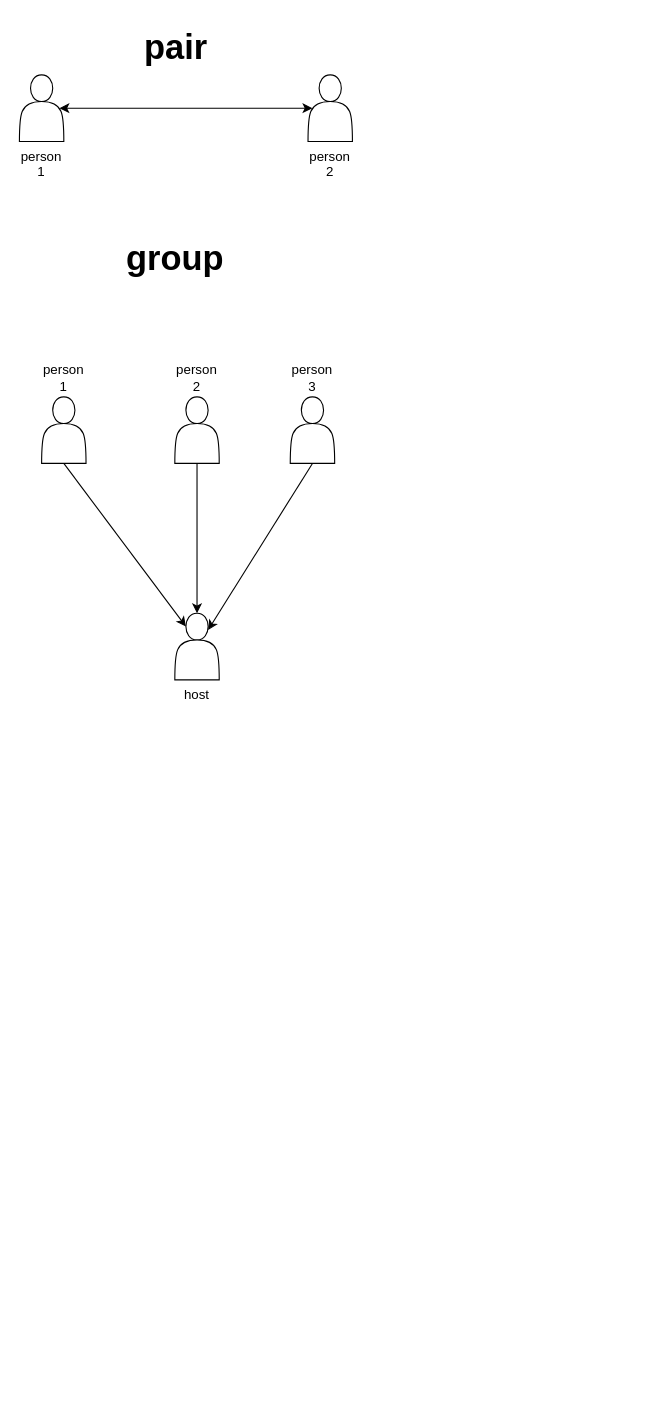
elad57/codeHive keeps this draw.io diagram as CodeHive.drawio. Above is the earlier version. Source tidied: cells renumbered, new cells numbered last; positions are measured from the earlier drawing's top-left corner, leaving out a move shared by most shapes. Both pictures are drawn from the tidied source at 111%, with x=0, y=0 at pixel (19, 19). Pictures stored in the file or linked from it are replaced by grey dashed boxes.
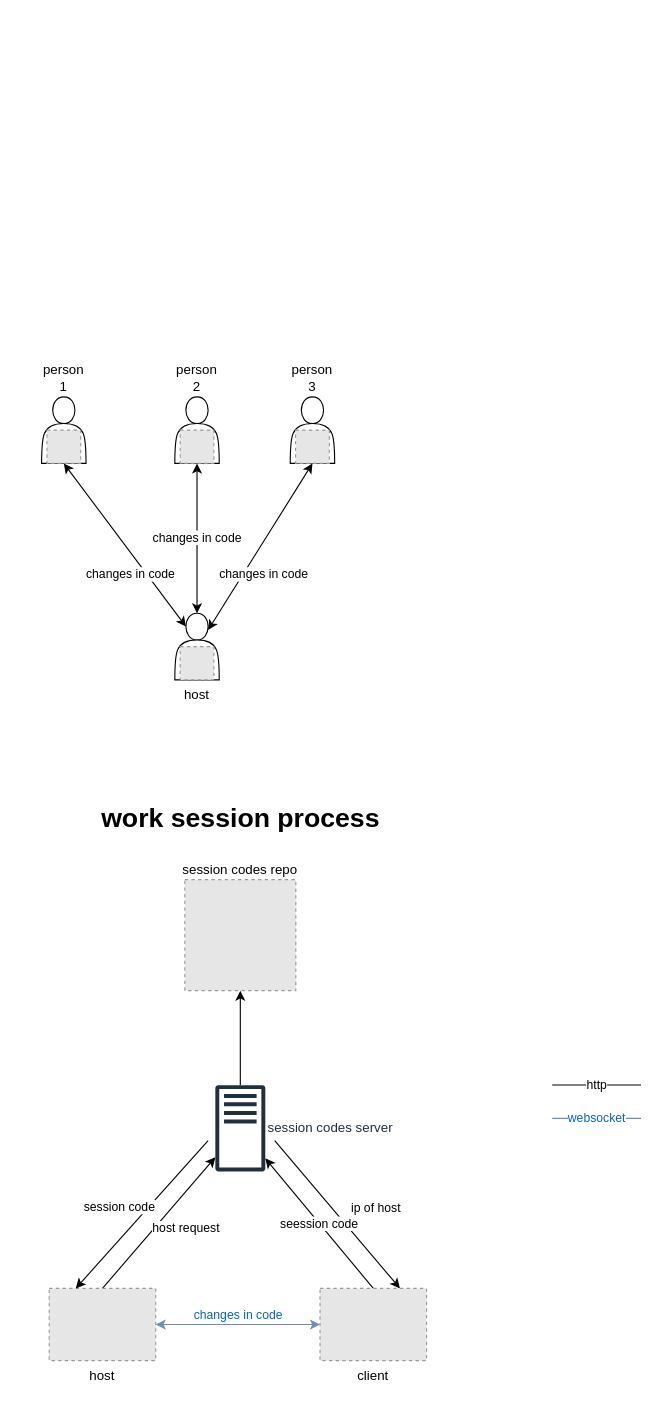
The same page after the edit.

The change refers to these unchanged cells:
```xml
<mxCell id="7" value="host" style="shape=actor;whiteSpace=wrap;html=1;verticalAlign=top;labelPosition=center;verticalLabelPosition=bottom;align=center;" parent="1" vertex="1">
  <mxGeometry x="140" y="535" width="40" height="60" as="geometry" />
</mxCell>
<mxCell id="8" value="person 1" style="shape=actor;whiteSpace=wrap;html=1;labelPosition=center;verticalLabelPosition=top;align=center;verticalAlign=bottom;" parent="1" vertex="1">
  <mxGeometry x="20" y="340" width="40" height="60" as="geometry" />
</mxCell>
<mxCell id="10" value="person 2" style="shape=actor;whiteSpace=wrap;html=1;labelPosition=center;verticalLabelPosition=top;align=center;verticalAlign=bottom;" parent="1" vertex="1">
  <mxGeometry x="140" y="340" width="40" height="60" as="geometry" />
</mxCell>
<mxCell id="11" value="person 3" style="shape=actor;whiteSpace=wrap;html=1;labelPosition=center;verticalLabelPosition=top;align=center;verticalAlign=bottom;textShadow=0;" parent="1" vertex="1">
  <mxGeometry x="244" y="340" width="40" height="60" as="geometry" />
</mxCell>
```

The edit, as a diff of the source:
```diff
@@
-    <mxCell id="2" value="person 1" style="shape=actor;whiteSpace=wrap;html=1;verticalAlign=top;labelPosition=center;verticalLabelPosition=bottom;align=center;" parent="1" vertex="1">
-      <mxGeometry y="50" width="40" height="60" as="geometry" />
-    </mxCell>
-    <mxCell id="3" value="person 2" style="shape=actor;whiteSpace=wrap;html=1;labelPosition=center;verticalLabelPosition=bottom;align=center;verticalAlign=top;" parent="1" vertex="1">
-      <mxGeometry x="260" y="50" width="40" height="60" as="geometry" />
-    </mxCell>
-    <mxCell id="4" value="&lt;b&gt;&lt;font style=&quot;font-size: 31px;&quot;&gt;pair&amp;nbsp;&lt;/font&gt;&lt;/b&gt;" style="text;html=1;align=center;verticalAlign=middle;strokeColor=none;fillColor=none;" parent="1" vertex="1">
-      <mxGeometry x="100" width="90" height="50" as="geometry" />
-    </mxCell>
-    <mxCell id="5" style="endArrow=classic;startArrow=classic;html=1;rounded=0;exitX=0.9;exitY=0.5;exitDx=0;exitDy=0;entryX=0.1;entryY=0.5;entryDx=0;entryDy=0;entryPerimeter=0;exitPerimeter=0;" parent="1" edge="1" source="2" target="3">
-      <mxGeometry relative="1" as="geometry" />
-    </mxCell>
-    <mxCell id="6" value="&lt;font style=&quot;font-size: 31px;&quot;&gt;&lt;b&gt;group&lt;/b&gt;&lt;/font&gt;" style="text;html=1;align=center;verticalAlign=middle;strokeColor=none;fillColor=none;" parent="1" vertex="1">
-      <mxGeometry x="85" y="190" width="110" height="50" as="geometry" />
-    </mxCell>
@@
-    <mxCell id="9" style="edgeStyle=none;rounded=0;jettySize=auto;html=1;exitX=0.5;exitY=1;exitDx=0;exitDy=0;entryX=0.5;entryY=0;entryDx=0;entryDy=0;" parent="1" edge="1" source="10" target="7">
-      <mxGeometry relative="1" as="geometry" />
-    </mxCell>
@@
-    <mxCell id="12" style="edgeStyle=none;rounded=0;jettySize=auto;html=1;exitX=0.5;exitY=1;exitDx=0;exitDy=0;entryX=0.25;entryY=0.2;entryDx=0;entryDy=0;entryPerimeter=0;" parent="1" edge="1" source="8" target="7">
-      <mxGeometry relative="1" as="geometry" />
-    </mxCell>
-    <mxCell id="13" style="edgeStyle=none;rounded=0;jettySize=auto;html=1;exitX=0.5;exitY=1;exitDx=0;exitDy=0;entryX=0.75;entryY=0.25;entryDx=0;entryDy=0;entryPerimeter=0;" parent="1" edge="1" source="11" target="7">
-      <mxGeometry relative="1" as="geometry" />
-    </mxCell>
+    <mxCell id="14" value="changes in code" style="endArrow=classic;startArrow=classic;html=1;rounded=0;exitX=0.5;exitY=0;exitDx=0;exitDy=0;entryX=0.5;entryY=1;entryDx=0;entryDy=0;" parent="1" edge="1" source="7" target="10">
+      <mxGeometry relative="1" as="geometry" />
+    </mxCell>
+    <mxCell id="15" value="changes in code" style="endArrow=classic;startArrow=classic;html=1;rounded=0;exitX=0.75;exitY=0.25;exitDx=0;exitDy=0;entryX=0.5;entryY=1;entryDx=0;entryDy=0;exitPerimeter=0;" parent="1" edge="1" source="7" target="11">
+      <mxGeometry x="-0.22" y="-16" relative="1" as="geometry" />
+    </mxCell>
+    <mxCell id="16" value="changes in code" style="endArrow=classic;startArrow=classic;html=1;rounded=0;entryX=0.5;entryY=1;entryDx=0;entryDy=0;exitX=0.25;exitY=0.2;exitDx=0;exitDy=0;exitPerimeter=0;" parent="1" edge="1" source="7" target="8">
+      <mxGeometry x="-0.26" y="12" relative="1" as="geometry" />
+    </mxCell>
+    <mxCell id="17" style="fillColor=#E6E6E6;strokeColor=#999999;dashed=1;verticalLabelPosition=bottom;verticalAlign=top;" parent="1" vertex="1">
+      <mxGeometry x="144.8" y="565" width="30.4" height="30" as="geometry" />
+    </mxCell>
+    <mxCell id="18" style="fillColor=#E6E6E6;strokeColor=#999999;dashed=1;verticalLabelPosition=bottom;verticalAlign=top;" parent="1" vertex="1">
+      <mxGeometry x="24.8" y="370" width="30.4" height="30" as="geometry" />
+    </mxCell>
+    <mxCell id="19" style="fillColor=#E6E6E6;strokeColor=#999999;dashed=1;verticalLabelPosition=bottom;verticalAlign=top;" parent="1" vertex="1">
+      <mxGeometry x="144.8" y="370" width="30.4" height="30" as="geometry" />
+    </mxCell>
+    <mxCell id="20" style="fillColor=#E6E6E6;strokeColor=#999999;dashed=1;verticalLabelPosition=bottom;verticalAlign=top;" parent="1" vertex="1">
+      <mxGeometry x="248.8" y="370" width="30.4" height="30" as="geometry" />
+    </mxCell>
+    <mxCell id="21" style="edgeStyle=orthogonalEdgeStyle;rounded=0;jettySize=auto;html=1;" parent="1" edge="1" source="23" target="25">
+      <mxGeometry relative="1" as="geometry" />
+    </mxCell>
+    <mxCell id="22" value="ip of host" style="rounded=0;jettySize=auto;html=1;entryX=0.75;entryY=0;entryDx=0;entryDy=0;" parent="1" edge="1" target="31">
+      <mxGeometry x="0.2" y="30" relative="1" as="geometry">
+        <mxPoint x="230" y="1010" as="sourcePoint" />
+      </mxGeometry>
+    </mxCell>
+    <mxCell id="23" value="session codes server" style="sketch=0;outlineConnect=0;fontColor=#232F3E;gradientColor=none;fillColor=#232F3D;strokeColor=none;dashed=0;verticalLabelPosition=middle;verticalAlign=middle;align=left;html=1;fontSize=12;fontStyle=0;shape=mxgraph.aws4.traditional_server;labelPosition=right;" parent="1" vertex="1">
+      <mxGeometry x="176.5" y="960" width="45" height="78" as="geometry" />
+    </mxCell>
+    <mxCell id="24" value="work session process" style="text;strokeColor=none;fillColor=none;html=1;fontSize=24;fontStyle=1;verticalAlign=middle;align=center;" parent="1" vertex="1">
+      <mxGeometry x="149" y="700" width="100" height="40" as="geometry" />
+    </mxCell>
+    <mxCell id="25" value="session codes repo" style="fillColor=#E6E6E6;strokeColor=#999999;dashed=1;verticalLabelPosition=top;verticalAlign=bottom;labelPosition=center;align=center;" parent="1" vertex="1">
+      <mxGeometry x="149" y="775" width="100" height="100" as="geometry" />
+    </mxCell>
+    <mxCell id="26" style="fillColor=#E6E6E6;strokeColor=#999999;dashed=1;verticalLabelPosition=bottom;verticalAlign=top;" parent="1" vertex="1">
+      <mxGeometry x="52" y="1153.2" width="45.6" height="45" as="geometry" />
+    </mxCell>
+    <mxCell id="27" value="host request" style="rounded=0;jettySize=auto;html=1;exitX=0.5;exitY=0;exitDx=0;exitDy=0;" parent="1" edge="1" source="28" target="23">
+      <mxGeometry x="0.15" y="-22" relative="1" as="geometry" />
+    </mxCell>
+    <mxCell id="28" value="host" style="fillColor=#E6E6E6;strokeColor=#999999;dashed=1;verticalLabelPosition=bottom;labelBackgroundColor=default;verticalAlign=top;" parent="1" vertex="1">
+      <mxGeometry x="26.8" y="1143.2" width="96" height="65.1" as="geometry" />
+    </mxCell>
+    <mxCell id="29" value="seession code" style="rounded=0;jettySize=auto;html=1;exitX=0.5;exitY=0;exitDx=0;exitDy=0;" parent="1" edge="1" source="31" target="23">
+      <mxGeometry relative="1" as="geometry" />
+    </mxCell>
+    <mxCell id="30" style="fillColor=#E6E6E6;strokeColor=#999999;dashed=1;verticalLabelPosition=bottom;verticalAlign=top;" parent="1" vertex="1">
+      <mxGeometry x="296" y="1152.2" width="45.6" height="45" as="geometry" />
+    </mxCell>
+    <mxCell id="31" value="client" style="fillColor=#E6E6E6;strokeColor=#999999;dashed=1;verticalLabelPosition=bottom;labelBackgroundColor=default;verticalAlign=top;" parent="1" vertex="1">
+      <mxGeometry x="270.8" y="1143.2" width="96" height="65.1" as="geometry" />
+    </mxCell>
+    <mxCell id="32" value="session code" style="rounded=0;jettySize=auto;html=1;entryX=0.25;entryY=0;entryDx=0;entryDy=0;" parent="1" edge="1" target="28">
+      <mxGeometry x="0.1" y="-20" relative="1" as="geometry">
+        <mxPoint x="170" y="1010" as="sourcePoint" />
+      </mxGeometry>
+    </mxCell>
+    <mxCell id="33" value="&lt;font color=&quot;#0066cc&quot;&gt;changes in code&lt;/font&gt;" style="endArrow=classic;startArrow=classic;html=1;rounded=0;exitX=1;exitY=0.5;exitDx=0;exitDy=0;entryX=0;entryY=0.5;entryDx=0;entryDy=0;fillColor=#dae8fc;strokeColor=#6c8ebf;labelPosition=center;verticalLabelPosition=top;align=center;verticalAlign=bottom;" parent="1" edge="1" source="28" target="31">
+      <mxGeometry relative="1" as="geometry" />
+    </mxCell>
+    <mxCell id="34" value="http" style="endArrow=none;html=1;rounded=0;" parent="1" edge="1">
+      <mxGeometry relative="1" as="geometry">
+        <mxPoint x="480" y="960" as="sourcePoint" />
+        <mxPoint x="560" y="960" as="targetPoint" />
+      </mxGeometry>
+    </mxCell>
+    <mxCell id="35" value="websocket" style="endArrow=none;html=1;rounded=0;fontColor=#0066CC;fillColor=#dae8fc;strokeColor=#6c8ebf;" parent="1" edge="1">
+      <mxGeometry relative="1" as="geometry">
+        <mxPoint x="480" y="990" as="sourcePoint" />
+        <mxPoint x="560" y="990" as="targetPoint" />
+      </mxGeometry>
+    </mxCell>
```
